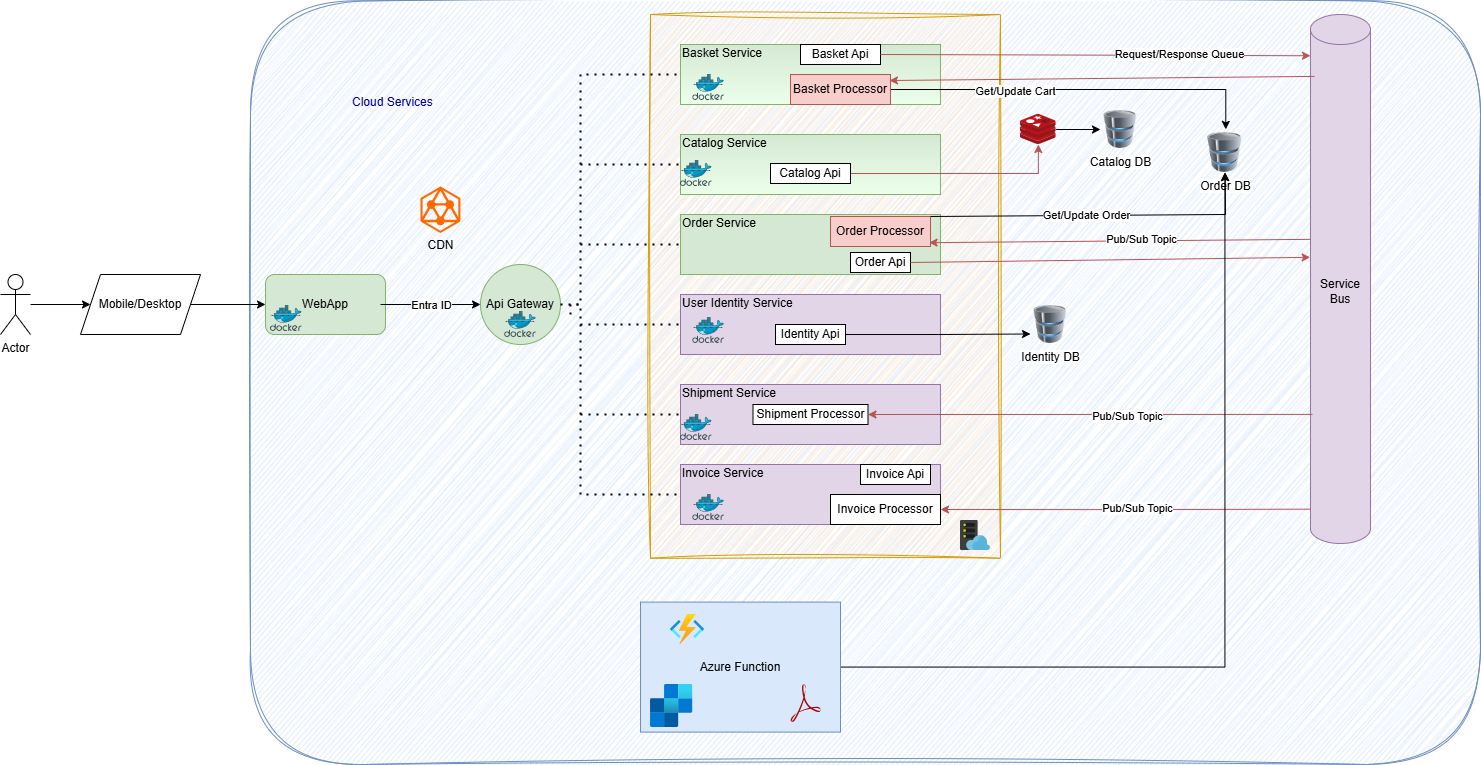
Above: img/solution-Architecture.drawio.png in pdc78/microservice-shop (draw.io), before the change. Source tidied: cells renumbered, new cells last; positions are measured from the earlier drawing's top-left corner, leaving out a move shared by most shapes.
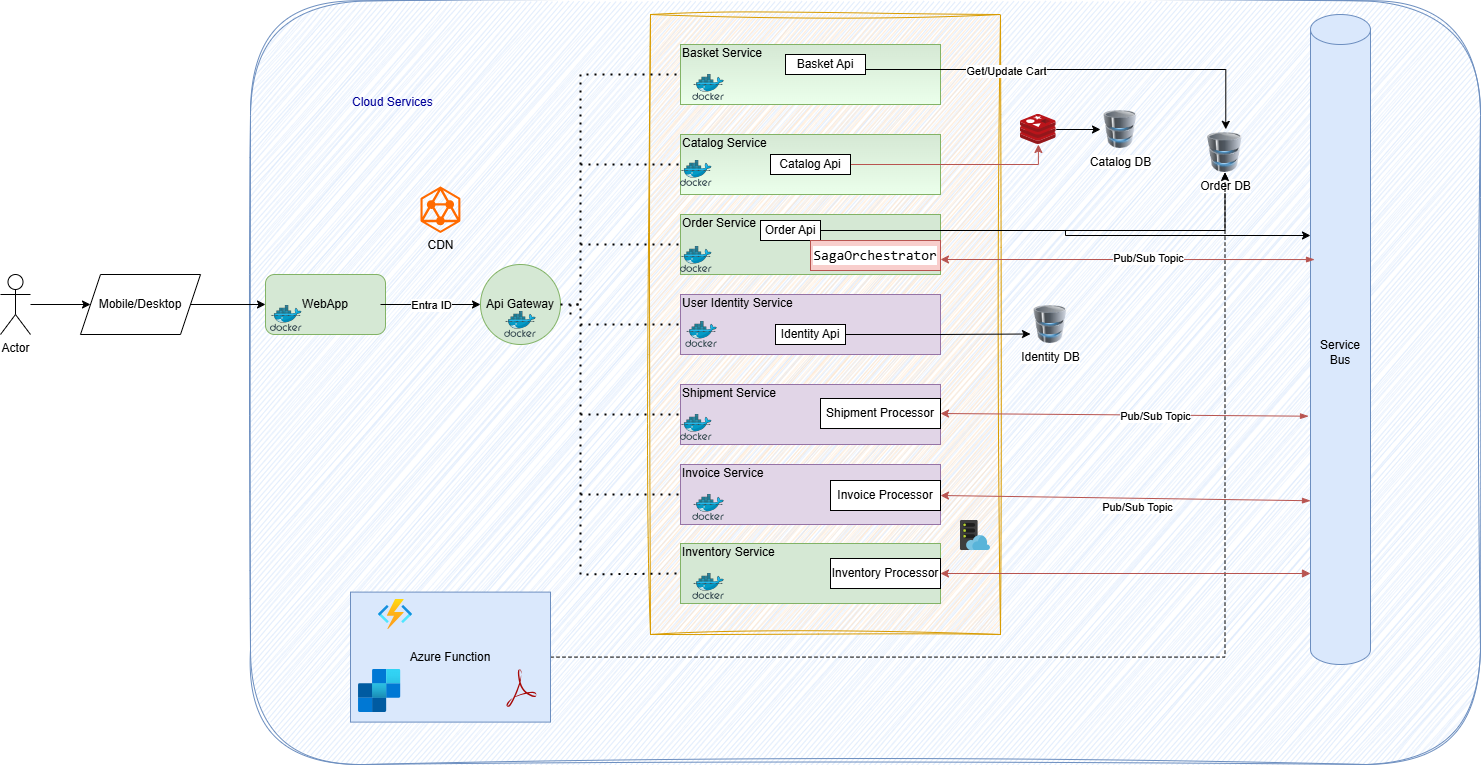
Later version of the same file.

The edit, as a diff of the source:
```diff
@@ -18,7 +18,7 @@
       <mxGeometry x="480" y="264" width="80" height="80" as="geometry" />
     </mxCell>
     <mxCell id="7" style="rounded=0;whiteSpace=wrap;html=1;fillColor=#ffe6cc;strokeColor=#d79b00;shadow=0;sketch=1;curveFitting=1;jiggle=2;" parent="1" vertex="1">
-      <mxGeometry x="650" y="14" width="350" height="543.8" as="geometry" />
+      <mxGeometry x="650" y="14" width="350" height="620" as="geometry" />
     </mxCell>
     <mxCell id="8" value="Catalog Service&lt;div&gt;&lt;br&gt;&lt;/div&gt;&lt;div&gt;&lt;br&gt;&lt;/div&gt;&lt;div&gt;&lt;br&gt;&lt;/div&gt;" style="rounded=0;whiteSpace=wrap;html=1;fillColor=#d5e8d4;strokeColor=#82b366;gradientColor=light-dark(#ebffeb, #393939);align=left;" parent="1" vertex="1">
       <mxGeometry x="680" y="134" width="260" height="60" as="geometry" />
@@ -46,15 +46,15 @@
     <mxCell id="15" value="Entra ID" style="edgeLabel;html=1;align=center;verticalAlign=middle;" parent="14" vertex="1">
       <mxGeometry relative="1" as="geometry" />
     </mxCell>
+    <mxCell id="70" style="edgeStyle=orthogonalEdgeStyle;rounded=0;jettySize=auto;html=1;entryX=0.5;entryY=1;entryDx=0;entryDy=0;" parent="1" edge="1" source="16" target="25">
+      <mxGeometry relative="1" as="geometry" />
+    </mxCell>
     <mxCell id="16" value="Order Api" style="rounded=0;whiteSpace=wrap;html=1;" parent="1" vertex="1">
-      <mxGeometry x="850" y="252" width="60" height="20" as="geometry" />
+      <mxGeometry x="760" y="220" width="60" height="20" as="geometry" />
     </mxCell>
-    <mxCell id="17" value="Service Bus" style="shape=cylinder3;whiteSpace=wrap;html=1;boundedLbl=1;backgroundOutline=1;size=15;fillColor=#e1d5e7;strokeColor=#9673a6;" parent="1" vertex="1">
-      <mxGeometry x="1310" y="14" width="60" height="529" as="geometry" />
+    <mxCell id="17" value="Service Bus" style="shape=cylinder3;whiteSpace=wrap;html=1;boundedLbl=1;backgroundOutline=1;size=15;fillColor=#dae8fc;strokeColor=#6c8ebf;" parent="1" vertex="1">
+      <mxGeometry x="1310" y="14" width="60" height="650" as="geometry" />
     </mxCell>
-    <mxCell id="18" value="Order Processor" style="rounded=0;whiteSpace=wrap;html=1;fillColor=#f8cecc;strokeColor=#b85450;" parent="1" vertex="1">
-      <mxGeometry x="830" y="216" width="100" height="30" as="geometry" />
-    </mxCell>
     <mxCell id="19" style="endArrow=none;dashed=1;html=1;dashPattern=1 3;strokeWidth=2;rounded=0;entryX=0;entryY=0.5;entryDx=0;entryDy=0;exitX=1;exitY=0.5;exitDx=0;exitDy=0;" parent="1" edge="1" source="6" target="10">
       <mxGeometry relative="1" as="geometry">
         <Array as="points">
@@ -63,13 +63,13 @@
         </Array>
       </mxGeometry>
     </mxCell>
-    <mxCell id="20" style="endArrow=none;dashed=1;html=1;dashPattern=1 3;strokeWidth=2;rounded=0;entryX=0;entryY=0.5;entryDx=0;entryDy=0;exitX=1;exitY=0.5;exitDx=0;exitDy=0;" parent="1" edge="1" target="12">
+    <mxCell id="20" style="endArrow=none;dashed=1;html=1;dashPattern=1 3;strokeWidth=2;rounded=0;entryX=0;entryY=0.5;entryDx=0;entryDy=0;exitX=1;exitY=0.5;exitDx=0;exitDy=0;" parent="1" edge="1" target="71">
       <mxGeometry relative="1" as="geometry">
         <mxPoint x="570" y="314" as="sourcePoint" />
         <Array as="points">
           <mxPoint x="570" y="304" />
           <mxPoint x="580" y="304" />
-          <mxPoint x="580" y="494" />
+          <mxPoint x="580" y="574" />
         </Array>
       </mxGeometry>
     </mxCell>
@@ -99,35 +99,22 @@
     <mxCell id="26" value="Catalog DB" style="image;html=1;image=img/lib/clip_art/computers/Database_128x128.png;" parent="1" vertex="1">
       <mxGeometry x="1100" y="110" width="40" height="38" as="geometry" />
     </mxCell>
-    <mxCell id="27" style="endArrow=classic;html=1;rounded=0;exitX=1;exitY=0;exitDx=0;exitDy=0;" parent="1" edge="1" source="18" target="25">
-      <mxGeometry relative="1" as="geometry">
-        <Array as="points">
-          <mxPoint x="1225" y="214" />
-        </Array>
-      </mxGeometry>
-    </mxCell>
-    <mxCell id="28" value="Get/Update Order" style="edgeLabel;html=1;align=center;verticalAlign=middle;" parent="27" vertex="1">
-      <mxGeometry x="-0.08" y="1" relative="1" as="geometry" />
-    </mxCell>
     <mxCell id="29" style="edgeStyle=orthogonalEdgeStyle;rounded=0;jettySize=auto;html=1;fillColor=#f8cecc;strokeColor=#b85450;" parent="1" edge="1" source="30" target="42">
       <mxGeometry relative="1" as="geometry" />
     </mxCell>
     <mxCell id="30" value="Catalog Api" style="rounded=0;whiteSpace=wrap;html=1;" parent="1" vertex="1">
-      <mxGeometry x="770" y="163" width="80" height="20" as="geometry" />
+      <mxGeometry x="770" y="154" width="80" height="20" as="geometry" />
     </mxCell>
-    <mxCell id="31" value="Invoice Api" style="rounded=0;whiteSpace=wrap;html=1;" parent="1" vertex="1">
-      <mxGeometry x="860" y="464" width="70" height="20" as="geometry" />
-    </mxCell>
     <mxCell id="32" value="Invoice Processor" style="rounded=0;whiteSpace=wrap;html=1;" parent="1" vertex="1">
-      <mxGeometry x="830" y="494" width="110" height="30" as="geometry" />
+      <mxGeometry x="830" y="480" width="110" height="30" as="geometry" />
     </mxCell>
-    <mxCell id="33" style="edgeStyle=orthogonalEdgeStyle;rounded=0;jettySize=auto;html=1;entryX=1;entryY=0.5;entryDx=0;entryDy=0;exitX=0.039;exitY=0.478;exitDx=0;exitDy=0;exitPerimeter=0;fillColor=#f8cecc;strokeColor=#b85450;" parent="1" edge="1" target="32">
+    <mxCell id="33" style="rounded=0;jettySize=auto;html=1;entryX=1;entryY=0.5;entryDx=0;entryDy=0;fillColor=#f8cecc;strokeColor=#b85450;exitX=0;exitY=0.765;exitDx=0;exitDy=0;exitPerimeter=0;startArrow=blockThin;startFill=1;" parent="1" edge="1" target="32">
       <mxGeometry relative="1" as="geometry">
-        <mxPoint x="1310" y="508.7" as="sourcePoint" />
+        <mxPoint x="1310" y="500.2" as="sourcePoint" />
       </mxGeometry>
     </mxCell>
     <mxCell id="34" value="Shipment Processor" style="rounded=0;whiteSpace=wrap;html=1;" parent="1" vertex="1">
-      <mxGeometry x="752.5" y="404" width="115" height="20" as="geometry" />
+      <mxGeometry x="820" y="398" width="120" height="30" as="geometry" />
     </mxCell>
     <mxCell id="35" style="edgeStyle=orthogonalEdgeStyle;rounded=0;jettySize=auto;html=1;entryX=0;entryY=0.75;entryDx=0;entryDy=0;" parent="1" edge="1" source="36" target="55">
       <mxGeometry relative="1" as="geometry" />
@@ -136,30 +123,27 @@
       <mxGeometry x="775" y="324" width="70" height="20" as="geometry" />
     </mxCell>
     <mxCell id="37" value="Basket Api" style="rounded=0;whiteSpace=wrap;html=1;" parent="1" vertex="1">
-      <mxGeometry x="800" y="44" width="80" height="20" as="geometry" />
+      <mxGeometry x="785" y="54" width="80" height="20" as="geometry" />
     </mxCell>
-    <mxCell id="38" style="edgeStyle=orthogonalEdgeStyle;rounded=0;jettySize=auto;html=1;entryX=0.522;entryY=-0.079;entryDx=0;entryDy=0;entryPerimeter=0;" parent="1" edge="1" source="48" target="25">
+    <mxCell id="38" style="edgeStyle=orthogonalEdgeStyle;rounded=0;jettySize=auto;html=1;entryX=0.522;entryY=-0.079;entryDx=0;entryDy=0;entryPerimeter=0;exitX=1;exitY=0.75;exitDx=0;exitDy=0;" parent="1" edge="1" source="37" target="25">
       <mxGeometry relative="1" as="geometry" />
     </mxCell>
     <mxCell id="39" value="Get/Update Cart" style="edgeLabel;html=1;align=center;verticalAlign=middle;" parent="38" vertex="1">
       <mxGeometry x="-0.34" y="-1" relative="1" as="geometry" />
     </mxCell>
-    <mxCell id="40" style="endArrow=classic;html=1;rounded=0;exitX=1;exitY=0.5;exitDx=0;exitDy=0;entryX=-0.006;entryY=0.459;entryDx=0;entryDy=0;entryPerimeter=0;fillColor=#f8cecc;strokeColor=#b85450;" parent="1" edge="1" source="16" target="17">
-      <mxGeometry relative="1" as="geometry" />
-    </mxCell>
     <mxCell id="41" style="edgeStyle=orthogonalEdgeStyle;rounded=0;jettySize=auto;html=1;" parent="1" edge="1" source="42" target="26">
       <mxGeometry relative="1" as="geometry" />
     </mxCell>
     <mxCell id="42" style="image;sketch=0;html=1;points=[];align=center;fontSize=12;image=img/lib/mscae/Cache_Redis_Product.svg;" parent="1" vertex="1">
       <mxGeometry x="1020" y="114" width="35.7" height="30" as="geometry" />
     </mxCell>
-    <mxCell id="43" style="endArrow=classic;html=1;rounded=0;entryX=0.986;entryY=0.873;entryDx=0;entryDy=0;entryPerimeter=0;exitX=0.001;exitY=0.425;exitDx=0;exitDy=0;exitPerimeter=0;fillColor=#f8cecc;strokeColor=#b85450;" parent="1" edge="1" source="17" target="18">
+    <mxCell id="43" style="endArrow=classic;html=1;rounded=0;fillColor=#f8cecc;strokeColor=#b85450;exitX=0.067;exitY=0.377;exitDx=0;exitDy=0;exitPerimeter=0;entryX=1;entryY=0.75;entryDx=0;entryDy=0;startArrow=blockThin;startFill=1;" parent="1" edge="1" source="17" target="9">
       <mxGeometry relative="1" as="geometry" />
     </mxCell>
     <mxCell id="44" value="Pub/Sub Topic" style="edgeLabel;html=1;align=center;verticalAlign=middle;" parent="43" vertex="1">
       <mxGeometry x="-0.11" y="-2" relative="1" as="geometry" />
     </mxCell>
-    <mxCell id="45" style="endArrow=classic;html=1;rounded=0;exitX=0.033;exitY=0.756;exitDx=0;exitDy=0;exitPerimeter=0;entryX=1;entryY=0.5;entryDx=0;entryDy=0;fillColor=#f8cecc;strokeColor=#b85450;" parent="1" edge="1" source="17" target="34">
+    <mxCell id="45" style="endArrow=classic;html=1;rounded=0;entryX=1;entryY=0.5;entryDx=0;entryDy=0;fillColor=#f8cecc;strokeColor=#b85450;exitX=-0.033;exitY=0.618;exitDx=0;exitDy=0;exitPerimeter=0;startArrow=blockThin;startFill=1;" parent="1" edge="1" source="17" target="34">
       <mxGeometry relative="1" as="geometry" />
     </mxCell>
     <mxCell id="46" value="Pub/Sub Topic" style="edgeLabel;html=1;align=center;verticalAlign=middle;" parent="45" vertex="1">
@@ -168,34 +152,20 @@
     <mxCell id="47" style="edgeStyle=orthogonalEdgeStyle;rounded=0;orthogonalLoop=1;jettySize=auto;html=1;exitX=0.5;exitY=1;exitDx=0;exitDy=0;" parent="1" edge="1" source="37" target="37">
       <mxGeometry relative="1" as="geometry" />
     </mxCell>
-    <mxCell id="48" value="Basket Processor" style="rounded=0;whiteSpace=wrap;html=1;fillColor=#f8cecc;strokeColor=#b85450;" parent="1" vertex="1">
-      <mxGeometry x="790" y="74" width="100" height="30" as="geometry" />
-    </mxCell>
-    <mxCell id="49" style="endArrow=classic;html=1;rounded=0;exitX=1;exitY=0.5;exitDx=0;exitDy=0;entryX=0;entryY=0.078;entryDx=0;entryDy=0;entryPerimeter=0;fillColor=#f8cecc;strokeColor=#b85450;" parent="1" edge="1" source="37" target="17">
-      <mxGeometry relative="1" as="geometry" />
-    </mxCell>
-    <mxCell id="50" value="Request/Response Queue" style="edgeLabel;html=1;align=center;verticalAlign=middle;" parent="49" vertex="1">
-      <mxGeometry x="0.39" y="2" relative="1" as="geometry" />
-    </mxCell>
-    <mxCell id="51" style="endArrow=classic;html=1;rounded=0;entryX=0.986;entryY=0.873;entryDx=0;entryDy=0;entryPerimeter=0;exitX=0.067;exitY=0.117;exitDx=0;exitDy=0;exitPerimeter=0;fillColor=#f8cecc;strokeColor=#b85450;" parent="1" edge="1" source="17">
-      <mxGeometry relative="1" as="geometry">
-        <mxPoint x="889" y="80" as="targetPoint" />
-      </mxGeometry>
-    </mxCell>
-    <mxCell id="52" style="edgeStyle=orthogonalEdgeStyle;rounded=0;jettySize=auto;html=1;" parent="1" edge="1" source="53" target="25">
+    <mxCell id="52" style="edgeStyle=orthogonalEdgeStyle;rounded=0;jettySize=auto;html=1;dashed=1;" parent="1" edge="1" source="53" target="25">
       <mxGeometry relative="1" as="geometry" />
     </mxCell>
     <mxCell id="53" value="Azure Function" style="rounded=0;whiteSpace=wrap;html=1;fillColor=#dae8fc;strokeColor=#6c8ebf;" parent="1" vertex="1">
-      <mxGeometry x="640" y="601.6" width="200" height="130" as="geometry" />
+      <mxGeometry x="350" y="591.6" width="200" height="130" as="geometry" />
     </mxCell>
     <mxCell id="54" style="image;html=1;align=center;fontSize=12;image=img/lib/azure2/iot/Function_Apps.svg;" parent="1" vertex="1">
-      <mxGeometry x="670" y="614" width="34" height="30" as="geometry" />
+      <mxGeometry x="378" y="599" width="34" height="30" as="geometry" />
     </mxCell>
     <mxCell id="55" value="Identity DB" style="image;html=1;image=img/lib/clip_art/computers/Database_128x128.png;" parent="1" vertex="1">
       <mxGeometry x="1030" y="305" width="40" height="38" as="geometry" />
     </mxCell>
     <mxCell id="56" style="dashed=0;html=1;align=center;labelPosition=center;verticalLabelPosition=bottom;verticalAlign=top;shape=mxgraph.weblogos.adobe_pdf;fillColor=#A60908;" parent="1" vertex="1">
-      <mxGeometry x="790" y="684" width="30" height="37.6" as="geometry" />
+      <mxGeometry x="505.9" y="669" width="30" height="37.6" as="geometry" />
     </mxCell>
     <mxCell id="57" style="edgeStyle=orthogonalEdgeStyle;rounded=0;jettySize=auto;html=1;" parent="1" edge="1" source="58" target="5">
       <mxGeometry relative="1" as="geometry" />
@@ -204,7 +174,7 @@
       <mxGeometry x="80" y="274" width="120" height="60" as="geometry" />
     </mxCell>
     <mxCell id="59" style="image;html=1;align=center;fontSize=12;image=img/lib/azure2/integration/SendGrid_Accounts.svg;" parent="1" vertex="1">
-      <mxGeometry x="650" y="684" width="42.2" height="43" as="geometry" />
+      <mxGeometry x="358" y="669" width="42.2" height="43" as="geometry" />
     </mxCell>
     <mxCell id="60" style="image;sketch=0;html=1;align=center;fontSize=12;image=img/lib/mscae/Docker.svg;" parent="1" vertex="1">
       <mxGeometry x="692.2" y="74" width="31.7" height="26" as="geometry" />
@@ -213,7 +183,7 @@
       <mxGeometry x="680" y="160" width="31.7" height="26" as="geometry" />
     </mxCell>
     <mxCell id="62" style="image;sketch=0;html=1;align=center;fontSize=12;image=img/lib/mscae/Docker.svg;" parent="1" vertex="1">
-      <mxGeometry x="692.2" y="317" width="31.7" height="26" as="geometry" />
+      <mxGeometry x="685.2" y="321" width="31.7" height="26" as="geometry" />
     </mxCell>
     <mxCell id="63" style="image;sketch=0;html=1;align=center;fontSize=12;image=img/lib/mscae/Docker.svg;" parent="1" vertex="1">
       <mxGeometry x="680" y="414" width="31.7" height="26" as="geometry" />
@@ -236,5 +206,31 @@
     <mxCell id="69" value="Pub/Sub Topic" style="edgeLabel;html=1;align=center;verticalAlign=middle;" parent="1" vertex="1">
       <mxGeometry x="1136.3" y="507" as="geometry" />
     </mxCell>
+    <mxCell id="71" value="&lt;div style=&quot;&quot;&gt;&lt;span style=&quot;white-space-collapse: preserve; background-color: transparent; color: light-dark(rgb(0, 0, 0), rgb(255, 255, 255));&quot;&gt;Inventory&lt;/span&gt;&lt;span style=&quot;background-color: transparent; color: light-dark(rgb(0, 0, 0), rgb(255, 255, 255));&quot;&gt;&amp;nbsp;Service&lt;/span&gt;&lt;/div&gt;&lt;div style=&quot;&quot;&gt;&lt;span style=&quot;background-color: transparent; color: light-dark(rgb(0, 0, 0), rgb(255, 255, 255));&quot;&gt;&lt;br&gt;&lt;/span&gt;&lt;/div&gt;&lt;div style=&quot;&quot;&gt;&lt;span style=&quot;background-color: transparent; color: light-dark(rgb(0, 0, 0), rgb(255, 255, 255));&quot;&gt;&lt;br&gt;&lt;/span&gt;&lt;/div&gt;&lt;div style=&quot;&quot;&gt;&lt;span style=&quot;background-color: transparent; color: light-dark(rgb(0, 0, 0), rgb(255, 255, 255));&quot;&gt;&lt;br&gt;&lt;/span&gt;&lt;/div&gt;" style="rounded=0;whiteSpace=wrap;html=1;fillColor=#d5e8d4;strokeColor=#82b366;align=left;" parent="1" vertex="1">
+      <mxGeometry x="680" y="543" width="260" height="60" as="geometry" />
+    </mxCell>
+    <mxCell id="72" style="image;sketch=0;html=1;align=center;fontSize=12;image=img/lib/mscae/Docker.svg;" parent="1" vertex="1">
+      <mxGeometry x="692.2" y="573" width="31.7" height="26" as="geometry" />
+    </mxCell>
+    <mxCell id="73" style="edgeStyle=orthogonalEdgeStyle;rounded=0;jettySize=auto;html=1;entryX=1;entryY=0.5;entryDx=0;entryDy=0;fillColor=#f8cecc;strokeColor=#b85450;exitX=0;exitY=0.86;exitDx=0;exitDy=0;exitPerimeter=0;startArrow=block;startFill=1;" parent="1" edge="1" source="17" target="71">
+      <mxGeometry relative="1" as="geometry" />
+    </mxCell>
+    <mxCell id="74" style="image;sketch=0;html=1;align=center;fontSize=12;image=img/lib/mscae/Docker.svg;" parent="1" vertex="1">
+      <mxGeometry x="680" y="246" width="31.7" height="26" as="geometry" />
+    </mxCell>
+    <mxCell id="75" value="Inventory Processor" style="rounded=0;whiteSpace=wrap;html=1;" parent="1" vertex="1">
+      <mxGeometry x="830" y="558" width="110" height="30" as="geometry" />
+    </mxCell>
+    <mxCell id="18" value="&lt;div style=&quot;background-color: rgb(255, 255, 255); font-family: Consolas, &amp;quot;Courier New&amp;quot;, monospace; font-size: 14px; line-height: 19px; white-space: pre;&quot;&gt;SagaOrchestrator&lt;/div&gt;" style="rounded=0;whiteSpace=wrap;html=1;fillColor=#f8cecc;strokeColor=#b85450;" parent="1" vertex="1">
+      <mxGeometry x="810" y="240" width="130" height="30" as="geometry" />
+    </mxCell>
+    <mxCell id="40" style="edgeStyle=orthogonalEdgeStyle;rounded=0;jettySize=auto;html=1;entryX=0;entryY=0.34;entryDx=0;entryDy=0;entryPerimeter=0;" parent="1" edge="1" source="16" target="17">
+      <mxGeometry relative="1" as="geometry" />
+    </mxCell>
+    <mxCell id="76" style="endArrow=none;dashed=1;html=1;dashPattern=1 3;strokeWidth=2;rounded=0;entryX=0;entryY=0.5;entryDx=0;entryDy=0;" parent="1" edge="1" target="12">
+      <mxGeometry relative="1" as="geometry">
+        <mxPoint x="580" y="494" as="sourcePoint" />
+      </mxGeometry>
+    </mxCell>
   </root>
 </mxGraphModel>
```
